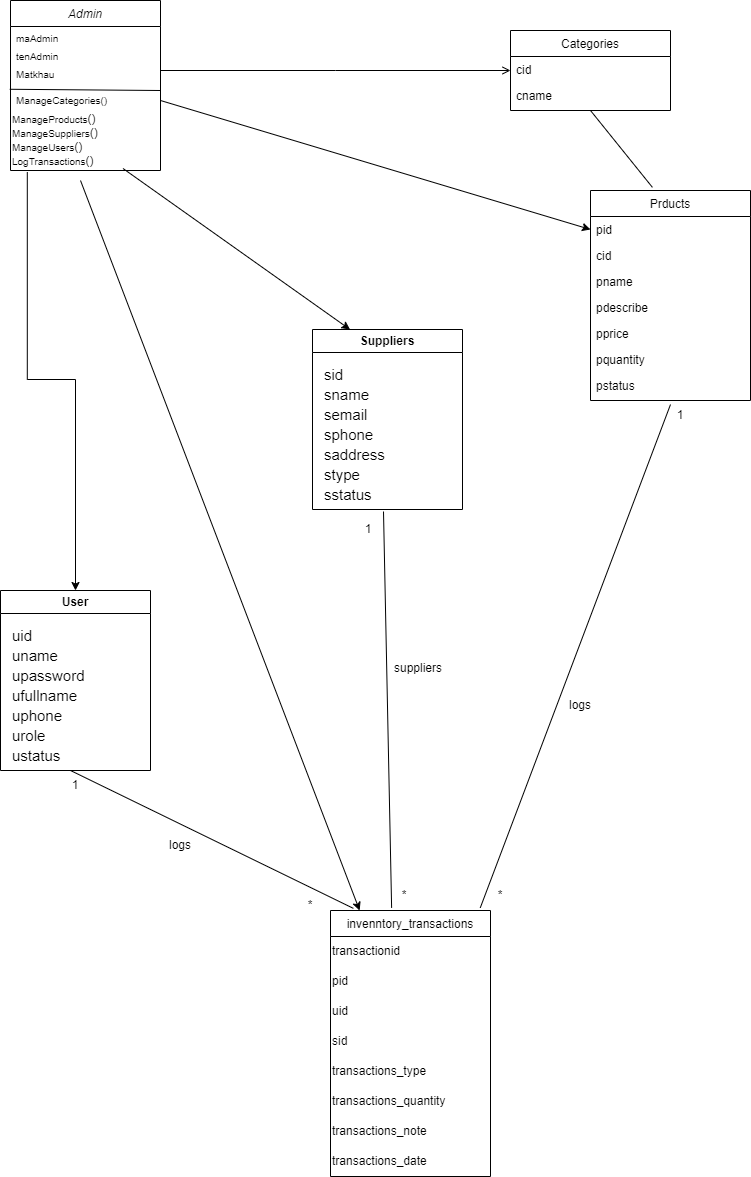
dungvu242k3/JAVA keeps this draw.io diagram as ln.drawio.png. Above is the earlier version. Source tidied: cells renumbered, new cells last; positions are measured from the earlier drawing's top-left corner, leaving out a move shared by most shapes.
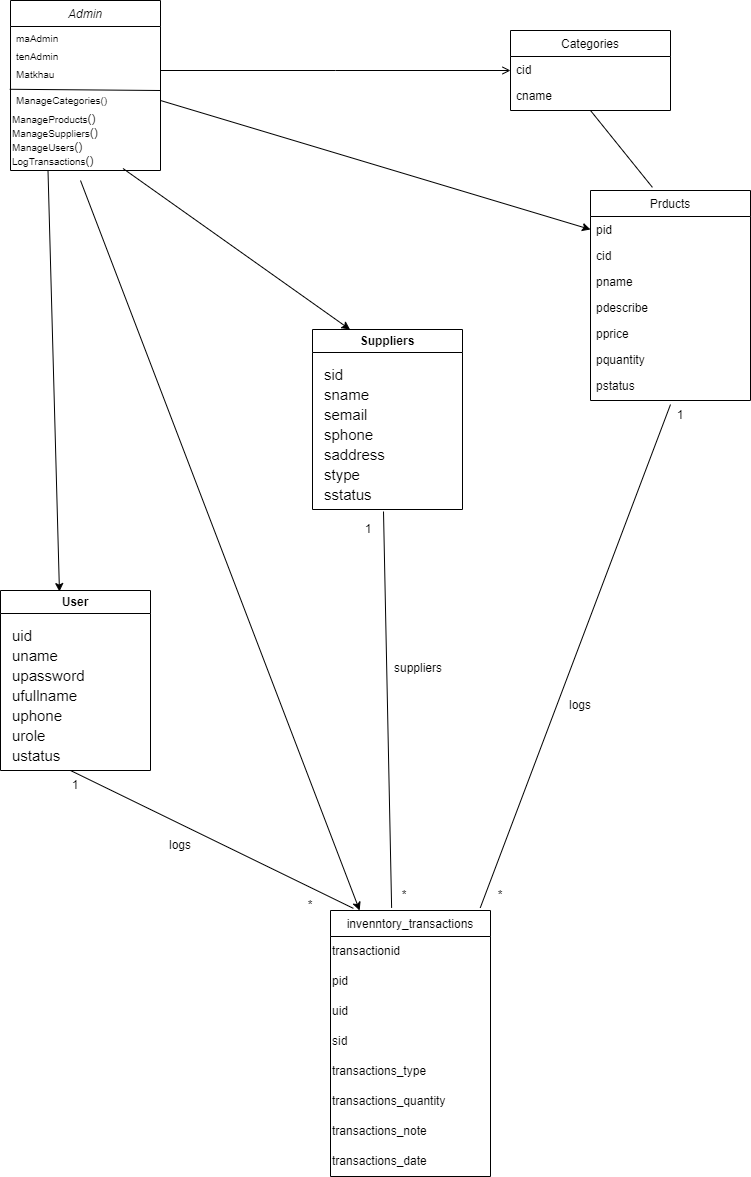
After the change.

Commit message:
Cập nhật ln.drawio.png

The edit, as a diff of the source:
```diff
@@ -2,9 +2,6 @@
   <root>
     <mxCell id="0" />
     <mxCell id="1" parent="0" />
-    <mxCell id="2" style="edgeStyle=orthogonalEdgeStyle;rounded=0;jettySize=auto;html=1;entryX=0.5;entryY=0;entryDx=0;entryDy=0;exitX=0.112;exitY=1.255;exitDx=0;exitDy=0;exitPerimeter=0;" parent="1" edge="1" source="11" target="37">
-      <mxGeometry relative="1" as="geometry" />
-    </mxCell>
     <mxCell id="3" value="Admin" style="swimlane;fontStyle=2;align=center;verticalAlign=top;horizontal=1;startSize=26;rounded=0;shadow=0;strokeWidth=1;" parent="1" vertex="1">
       <mxGeometry x="10" width="150" height="170" as="geometry" />
     </mxCell>
@@ -202,5 +199,8 @@
     <mxCell id="65" value="*" style="text;html=1;align=center;verticalAlign=middle;whiteSpace=wrap;rounded=0;" parent="1" vertex="1">
       <mxGeometry x="280" y="890" width="60" height="30" as="geometry" />
     </mxCell>
+    <mxCell id="66" style="endArrow=classic;html=1;rounded=0;exitX=0.25;exitY=1;exitDx=0;exitDy=0;entryX=0.393;entryY=0.006;entryDx=0;entryDy=0;entryPerimeter=0;" parent="1" edge="1" source="3" target="37">
+      <mxGeometry relative="1" as="geometry" />
+    </mxCell>
   </root>
 </mxGraphModel>
```
